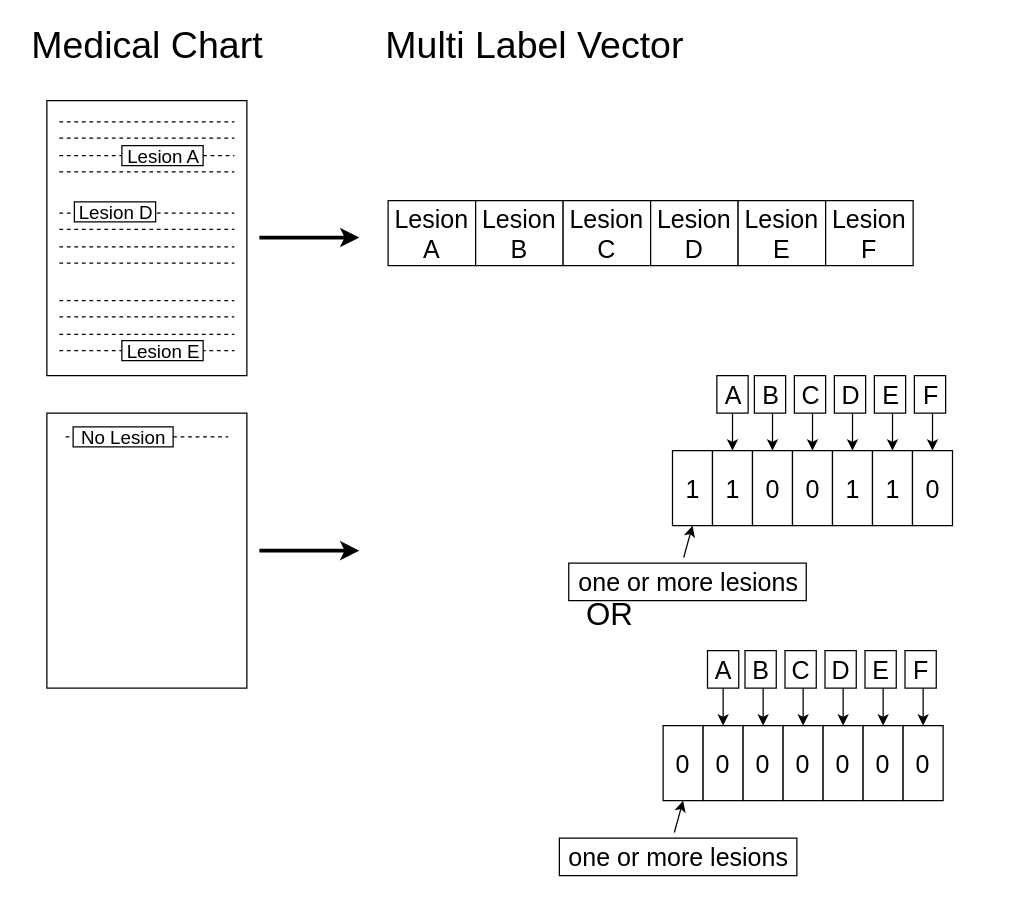
This is paper/ieice/draw.io/ieice1.drawio from shinn1r0/endoscopic_images2karte, a draw.io file, before an edit. Source tidied: cells renumbered, new cells numbered last; positions are measured from the earlier drawing's top-left corner, leaving out a move shared by most shapes. Both pictures are drawn from the tidied source at 125%, with x=0, y=0 at pixel (21, 25).
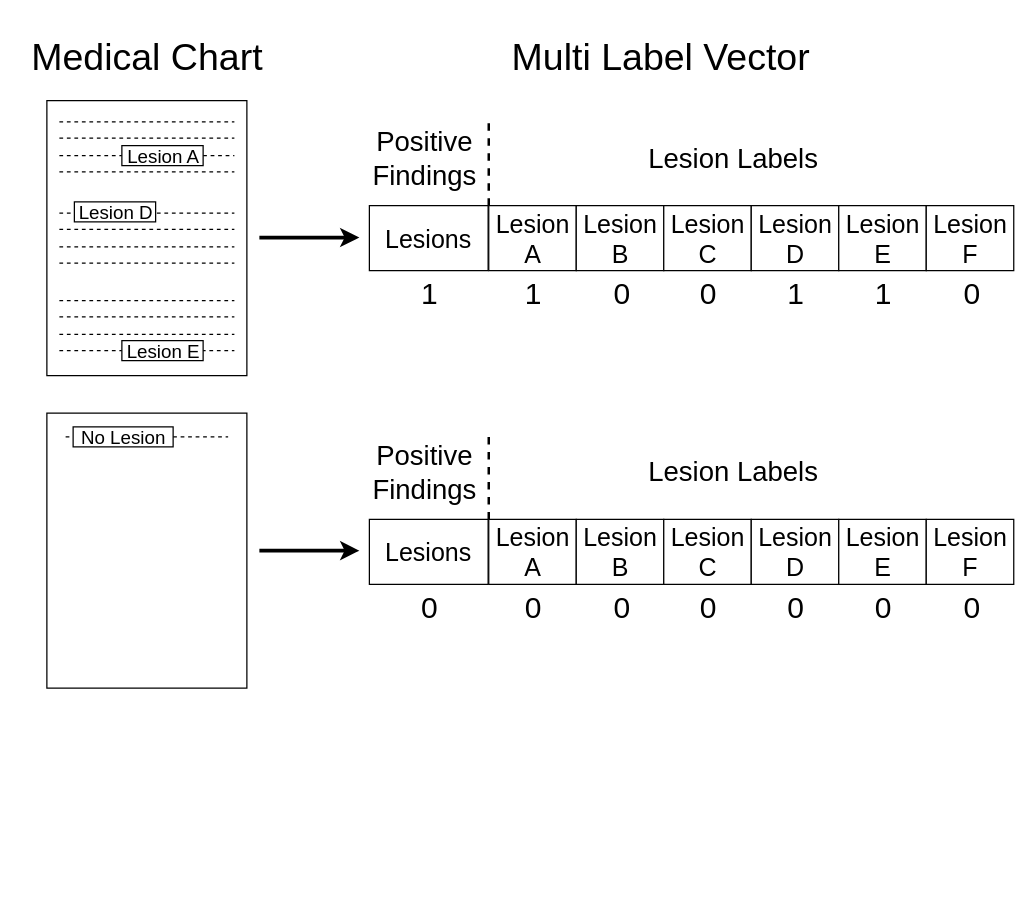
The same diagram, later.

What changed in the source:
```diff
@@
     <mxCell id="2" value="&lt;font style=&quot;font-size: 30px&quot;&gt;Medical Chart&lt;/font&gt;" style="text;html=1;align=center;verticalAlign=middle;" parent="1" vertex="1">
-      <mxGeometry width="200" height="30" as="geometry" />
+      <mxGeometry y="10" width="200" height="30" as="geometry" />
     </mxCell>
     <mxCell id="3" value="&lt;font style=&quot;font-size: 30px&quot;&gt;Multi Label Vector&lt;/font&gt;" style="text;html=1;align=center;verticalAlign=middle;" parent="1" vertex="1">
-      <mxGeometry x="285" width="250" height="30" as="geometry" />
+      <mxGeometry x="385.5" y="10" width="250" height="30" as="geometry" />
     </mxCell>
@@
-    <mxCell id="5" value="&lt;font style=&quot;font-size: 20px&quot;&gt;one or more lesions&lt;/font&gt;" style="text;html=1;align=center;verticalAlign=middle;points=[];strokeColor=#000000;" parent="1" vertex="1">
-      <mxGeometry x="437.5" y="430" width="190" height="30" as="geometry" />
-    </mxCell>
-    <mxCell id="6" value="&lt;font style=&quot;font-size: 20px&quot;&gt;1&lt;/font&gt;" style="rounded=0;whiteSpace=wrap;html=1;" parent="1" vertex="1">
-      <mxGeometry x="520.5" y="340" width="32" height="60" as="geometry" />
-    </mxCell>
-    <mxCell id="7" value="&lt;font style=&quot;font-size: 20px&quot;&gt;1&lt;/font&gt;" style="rounded=0;whiteSpace=wrap;html=1;" parent="1" vertex="1">
-      <mxGeometry x="552.5" y="340" width="32" height="60" as="geometry" />
-    </mxCell>
-    <mxCell id="8" value="&lt;font style=&quot;font-size: 20px&quot;&gt;0&lt;/font&gt;" style="rounded=0;whiteSpace=wrap;html=1;" parent="1" vertex="1">
-      <mxGeometry x="584.5" y="340" width="32" height="60" as="geometry" />
-    </mxCell>
-    <mxCell id="9" value="&lt;font style=&quot;font-size: 20px&quot;&gt;0&lt;/font&gt;" style="rounded=0;whiteSpace=wrap;html=1;" parent="1" vertex="1">
-      <mxGeometry x="616.5" y="340" width="32" height="60" as="geometry" />
-    </mxCell>
-    <mxCell id="10" value="&lt;font style=&quot;font-size: 20px&quot;&gt;1&lt;/font&gt;" style="rounded=0;whiteSpace=wrap;html=1;" parent="1" vertex="1">
-      <mxGeometry x="648.5" y="340" width="32" height="60" as="geometry" />
-    </mxCell>
-    <mxCell id="11" value="&lt;font style=&quot;font-size: 20px&quot;&gt;1&lt;/font&gt;" style="rounded=0;whiteSpace=wrap;html=1;" parent="1" vertex="1">
-      <mxGeometry x="680.5" y="340" width="32" height="60" as="geometry" />
-    </mxCell>
-    <mxCell id="12" value="&lt;font style=&quot;font-size: 20px&quot;&gt;0&lt;/font&gt;" style="rounded=0;whiteSpace=wrap;html=1;" parent="1" vertex="1">
-      <mxGeometry x="712.5" y="340" width="32" height="60" as="geometry" />
-    </mxCell>
-    <mxCell id="13" style="endArrow=classic;html=1;strokeWidth=1;exitX=0.484;exitY=-0.15;exitDx=0;exitDy=0;exitPerimeter=0;entryX=0.5;entryY=1;entryDx=0;entryDy=0;" parent="1" edge="1" source="5" target="6">
-      <mxGeometry relative="1" as="geometry" />
-    </mxCell>
-    <mxCell id="14" value="&lt;font style=&quot;font-size: 20px&quot;&gt;A&lt;/font&gt;" style="text;html=1;align=center;verticalAlign=middle;strokeColor=#000000;" parent="1" vertex="1">
-      <mxGeometry x="556" y="280" width="25" height="30" as="geometry" />
-    </mxCell>
-    <mxCell id="15" style="endArrow=classic;html=1;strokeWidth=1;" parent="1" edge="1">
-      <mxGeometry relative="1" as="geometry">
-        <mxPoint x="568.5" y="310" as="sourcePoint" />
-        <mxPoint x="568.5" y="340" as="targetPoint" />
-      </mxGeometry>
-    </mxCell>
-    <mxCell id="16" value="&lt;font style=&quot;font-size: 20px&quot;&gt;B&lt;/font&gt;" style="text;html=1;align=center;verticalAlign=middle;strokeColor=#000000;" parent="1" vertex="1">
-      <mxGeometry x="586" y="280" width="25" height="30" as="geometry" />
-    </mxCell>
-    <mxCell id="17" style="endArrow=classic;html=1;strokeWidth=1;" parent="1" edge="1">
-      <mxGeometry relative="1" as="geometry">
-        <mxPoint x="600.5" y="310" as="sourcePoint" />
-        <mxPoint x="600.5" y="340" as="targetPoint" />
-      </mxGeometry>
-    </mxCell>
-    <mxCell id="18" value="&lt;font style=&quot;font-size: 20px&quot;&gt;C&lt;/font&gt;" style="text;html=1;align=center;verticalAlign=middle;strokeColor=#000000;" parent="1" vertex="1">
-      <mxGeometry x="618" y="280" width="25" height="30" as="geometry" />
-    </mxCell>
-    <mxCell id="19" style="endArrow=classic;html=1;strokeWidth=1;" parent="1" edge="1">
-      <mxGeometry relative="1" as="geometry">
-        <mxPoint x="632.5" y="310" as="sourcePoint" />
-        <mxPoint x="632.5" y="340" as="targetPoint" />
-      </mxGeometry>
-    </mxCell>
-    <mxCell id="20" value="&lt;font style=&quot;font-size: 20px&quot;&gt;D&lt;/font&gt;" style="text;html=1;align=center;verticalAlign=middle;strokeColor=#000000;" parent="1" vertex="1">
-      <mxGeometry x="650" y="280" width="25" height="30" as="geometry" />
-    </mxCell>
-    <mxCell id="21" style="endArrow=classic;html=1;strokeWidth=1;" parent="1" edge="1">
-      <mxGeometry relative="1" as="geometry">
-        <mxPoint x="664.5" y="310" as="sourcePoint" />
-        <mxPoint x="664.5" y="340" as="targetPoint" />
-      </mxGeometry>
-    </mxCell>
-    <mxCell id="22" value="&lt;font style=&quot;font-size: 20px&quot;&gt;E&lt;/font&gt;" style="text;html=1;align=center;verticalAlign=middle;strokeColor=#000000;" parent="1" vertex="1">
-      <mxGeometry x="682" y="280" width="25" height="30" as="geometry" />
-    </mxCell>
-    <mxCell id="23" style="endArrow=classic;html=1;strokeWidth=1;" parent="1" edge="1">
-      <mxGeometry relative="1" as="geometry">
-        <mxPoint x="696.5" y="310" as="sourcePoint" />
-        <mxPoint x="696.5" y="340" as="targetPoint" />
-      </mxGeometry>
-    </mxCell>
-    <mxCell id="24" value="&lt;font style=&quot;font-size: 20px&quot;&gt;F&lt;/font&gt;" style="text;html=1;align=center;verticalAlign=middle;strokeColor=#000000;" parent="1" vertex="1">
-      <mxGeometry x="714" y="280" width="25" height="30" as="geometry" />
-    </mxCell>
-    <mxCell id="25" style="endArrow=classic;html=1;strokeWidth=1;" parent="1" edge="1">
-      <mxGeometry relative="1" as="geometry">
-        <mxPoint x="728.5" y="310" as="sourcePoint" />
-        <mxPoint x="728.5" y="340" as="targetPoint" />
-      </mxGeometry>
-    </mxCell>
-    <mxCell id="26" value="&lt;font style=&quot;font-size: 25px&quot;&gt;OR&lt;/font&gt;" style="text;html=1;align=center;verticalAlign=middle;" parent="1" vertex="1">
-      <mxGeometry x="445" y="460" width="50" height="20" as="geometry" />
-    </mxCell>
@@
-    <mxCell id="28" value="&lt;font style=&quot;font-size: 20px&quot;&gt;one or more lesions&lt;/font&gt;" style="text;html=1;align=center;verticalAlign=middle;points=[];strokeColor=#000000;" parent="1" vertex="1">
-      <mxGeometry x="430" y="650" width="190" height="30" as="geometry" />
-    </mxCell>
-    <mxCell id="29" value="&lt;font style=&quot;font-size: 20px&quot;&gt;0&lt;/font&gt;" style="rounded=0;whiteSpace=wrap;html=1;" parent="1" vertex="1">
-      <mxGeometry x="513" y="560" width="32" height="60" as="geometry" />
-    </mxCell>
-    <mxCell id="30" value="&lt;font style=&quot;font-size: 20px&quot;&gt;0&lt;/font&gt;" style="rounded=0;whiteSpace=wrap;html=1;" parent="1" vertex="1">
-      <mxGeometry x="545" y="560" width="32" height="60" as="geometry" />
-    </mxCell>
-    <mxCell id="31" value="&lt;font style=&quot;font-size: 20px&quot;&gt;0&lt;/font&gt;" style="rounded=0;whiteSpace=wrap;html=1;" parent="1" vertex="1">
-      <mxGeometry x="577" y="560" width="32" height="60" as="geometry" />
-    </mxCell>
-    <mxCell id="32" value="&lt;font style=&quot;font-size: 20px&quot;&gt;0&lt;/font&gt;" style="rounded=0;whiteSpace=wrap;html=1;" parent="1" vertex="1">
-      <mxGeometry x="609" y="560" width="32" height="60" as="geometry" />
-    </mxCell>
-    <mxCell id="33" value="&lt;font style=&quot;font-size: 20px&quot;&gt;0&lt;/font&gt;" style="rounded=0;whiteSpace=wrap;html=1;" parent="1" vertex="1">
-      <mxGeometry x="641" y="560" width="32" height="60" as="geometry" />
-    </mxCell>
-    <mxCell id="34" value="&lt;font style=&quot;font-size: 20px&quot;&gt;0&lt;/font&gt;" style="rounded=0;whiteSpace=wrap;html=1;" parent="1" vertex="1">
-      <mxGeometry x="673" y="560" width="32" height="60" as="geometry" />
-    </mxCell>
-    <mxCell id="35" value="&lt;font style=&quot;font-size: 20px&quot;&gt;0&lt;/font&gt;" style="rounded=0;whiteSpace=wrap;html=1;" parent="1" vertex="1">
-      <mxGeometry x="705" y="560" width="32" height="60" as="geometry" />
-    </mxCell>
-    <mxCell id="36" style="endArrow=classic;html=1;strokeWidth=1;exitX=0.484;exitY=-0.15;exitDx=0;exitDy=0;exitPerimeter=0;entryX=0.5;entryY=1;entryDx=0;entryDy=0;" parent="1" edge="1" source="28" target="29">
-      <mxGeometry relative="1" as="geometry" />
-    </mxCell>
-    <mxCell id="37" value="&lt;font style=&quot;font-size: 20px&quot;&gt;A&lt;/font&gt;" style="text;html=1;align=center;verticalAlign=middle;strokeColor=#000000;" parent="1" vertex="1">
-      <mxGeometry x="548.5" y="500" width="25" height="30" as="geometry" />
-    </mxCell>
-    <mxCell id="38" style="endArrow=classic;html=1;strokeWidth=1;" parent="1" edge="1">
-      <mxGeometry relative="1" as="geometry">
-        <mxPoint x="561" y="530" as="sourcePoint" />
-        <mxPoint x="561" y="560" as="targetPoint" />
-      </mxGeometry>
-    </mxCell>
-    <mxCell id="39" value="&lt;font style=&quot;font-size: 20px&quot;&gt;B&lt;/font&gt;" style="text;html=1;align=center;verticalAlign=middle;strokeColor=#000000;" parent="1" vertex="1">
-      <mxGeometry x="578.5" y="500" width="25" height="30" as="geometry" />
-    </mxCell>
-    <mxCell id="40" style="endArrow=classic;html=1;strokeWidth=1;" parent="1" edge="1">
-      <mxGeometry relative="1" as="geometry">
-        <mxPoint x="593" y="530" as="sourcePoint" />
-        <mxPoint x="593" y="560" as="targetPoint" />
-      </mxGeometry>
-    </mxCell>
-    <mxCell id="41" value="&lt;font style=&quot;font-size: 20px&quot;&gt;C&lt;/font&gt;" style="text;html=1;align=center;verticalAlign=middle;strokeColor=#000000;" parent="1" vertex="1">
-      <mxGeometry x="610.5" y="500" width="25" height="30" as="geometry" />
-    </mxCell>
-    <mxCell id="42" style="endArrow=classic;html=1;strokeWidth=1;" parent="1" edge="1">
-      <mxGeometry relative="1" as="geometry">
-        <mxPoint x="625" y="530" as="sourcePoint" />
-        <mxPoint x="625" y="560" as="targetPoint" />
-      </mxGeometry>
-    </mxCell>
-    <mxCell id="43" value="&lt;font style=&quot;font-size: 20px&quot;&gt;D&lt;/font&gt;" style="text;html=1;align=center;verticalAlign=middle;strokeColor=#000000;" parent="1" vertex="1">
-      <mxGeometry x="642.5" y="500" width="25" height="30" as="geometry" />
-    </mxCell>
-    <mxCell id="44" style="endArrow=classic;html=1;strokeWidth=1;" parent="1" edge="1">
-      <mxGeometry relative="1" as="geometry">
-        <mxPoint x="657" y="530" as="sourcePoint" />
-        <mxPoint x="657" y="560" as="targetPoint" />
-      </mxGeometry>
-    </mxCell>
-    <mxCell id="45" value="&lt;font style=&quot;font-size: 20px&quot;&gt;E&lt;/font&gt;" style="text;html=1;align=center;verticalAlign=middle;strokeColor=#000000;" parent="1" vertex="1">
-      <mxGeometry x="674.5" y="500" width="25" height="30" as="geometry" />
-    </mxCell>
-    <mxCell id="46" style="endArrow=classic;html=1;strokeWidth=1;" parent="1" edge="1">
-      <mxGeometry relative="1" as="geometry">
-        <mxPoint x="689" y="530" as="sourcePoint" />
-        <mxPoint x="689" y="560" as="targetPoint" />
-      </mxGeometry>
-    </mxCell>
-    <mxCell id="47" value="&lt;font style=&quot;font-size: 20px&quot;&gt;F&lt;/font&gt;" style="text;html=1;align=center;verticalAlign=middle;strokeColor=#000000;" parent="1" vertex="1">
-      <mxGeometry x="706.5" y="500" width="25" height="30" as="geometry" />
-    </mxCell>
-    <mxCell id="48" style="endArrow=classic;html=1;strokeWidth=1;" parent="1" edge="1">
-      <mxGeometry relative="1" as="geometry">
-        <mxPoint x="721" y="530" as="sourcePoint" />
-        <mxPoint x="721" y="560" as="targetPoint" />
-      </mxGeometry>
-    </mxCell>
@@
     <mxCell id="70" value="&lt;font style=&quot;font-size: 20px&quot;&gt;Lesion&lt;br&gt;A&lt;/font&gt;" style="rounded=0;whiteSpace=wrap;html=1;strokeColor=#000000;fillColor=#ffffff;" parent="1" vertex="1">
-      <mxGeometry x="293" y="140" width="70" height="52" as="geometry" />
+      <mxGeometry x="373.5" y="144" width="70" height="52" as="geometry" />
     </mxCell>
     <mxCell id="71" value="&lt;font style=&quot;font-size: 20px&quot;&gt;Lesion&lt;br&gt;B&lt;br&gt;&lt;/font&gt;" style="rounded=0;whiteSpace=wrap;html=1;strokeColor=#000000;fillColor=#ffffff;" parent="1" vertex="1">
-      <mxGeometry x="363" y="140" width="70" height="52" as="geometry" />
+      <mxGeometry x="443.5" y="144" width="70" height="52" as="geometry" />
     </mxCell>
     <mxCell id="72" value="&lt;font style=&quot;font-size: 20px&quot;&gt;Lesion&lt;br&gt;C&lt;br&gt;&lt;/font&gt;" style="rounded=0;whiteSpace=wrap;html=1;strokeColor=#000000;fillColor=#ffffff;" parent="1" vertex="1">
-      <mxGeometry x="433" y="140" width="70" height="52" as="geometry" />
+      <mxGeometry x="513.5" y="144" width="70" height="52" as="geometry" />
     </mxCell>
     <mxCell id="73" value="&lt;font style=&quot;font-size: 20px&quot;&gt;Lesion&lt;br&gt;D&lt;br&gt;&lt;/font&gt;" style="rounded=0;whiteSpace=wrap;html=1;strokeColor=#000000;fillColor=#ffffff;" parent="1" vertex="1">
-      <mxGeometry x="503" y="140" width="70" height="52" as="geometry" />
+      <mxGeometry x="583.5" y="144" width="70" height="52" as="geometry" />
     </mxCell>
     <mxCell id="74" value="&lt;font style=&quot;font-size: 20px&quot;&gt;Lesion&lt;br&gt;E&lt;br&gt;&lt;/font&gt;" style="rounded=0;whiteSpace=wrap;html=1;strokeColor=#000000;fillColor=#ffffff;" parent="1" vertex="1">
-      <mxGeometry x="573" y="140" width="70" height="52" as="geometry" />
+      <mxGeometry x="653.5" y="144" width="70" height="52" as="geometry" />
     </mxCell>
     <mxCell id="75" value="&lt;font style=&quot;font-size: 20px&quot;&gt;Lesion&lt;br&gt;F&lt;br&gt;&lt;/font&gt;" style="rounded=0;whiteSpace=wrap;html=1;strokeColor=#000000;fillColor=#ffffff;" parent="1" vertex="1">
-      <mxGeometry x="643" y="140" width="70" height="52" as="geometry" />
+      <mxGeometry x="723.5" y="144" width="70" height="52" as="geometry" />
     </mxCell>
+    <mxCell id="76" value="&lt;span style=&quot;font-size: 20px&quot;&gt;Lesions&lt;/span&gt;" style="rounded=0;whiteSpace=wrap;html=1;strokeColor=#000000;fillColor=#ffffff;" parent="1" vertex="1">
+      <mxGeometry x="278" y="144" width="95" height="52" as="geometry" />
+    </mxCell>
+    <mxCell id="77" style="endArrow=none;dashed=1;html=1;strokeWidth=2;" parent="1" edge="1">
+      <mxGeometry relative="1" as="geometry">
+        <mxPoint x="373.5" y="144" as="sourcePoint" />
+        <mxPoint x="373.5" y="74" as="targetPoint" />
+      </mxGeometry>
+    </mxCell>
+    <mxCell id="78" value="&lt;font style=&quot;font-size: 22px&quot;&gt;Positive&lt;br&gt;Findings&lt;/font&gt;" style="text;html=1;align=center;verticalAlign=middle;" parent="1" vertex="1">
+      <mxGeometry x="272" y="87" width="100" height="40" as="geometry" />
+    </mxCell>
+    <mxCell id="79" value="&lt;span style=&quot;font-size: 22px&quot;&gt;Lesion Labels&lt;/span&gt;" style="text;html=1;align=center;verticalAlign=middle;" parent="1" vertex="1">
+      <mxGeometry x="493.5" y="97" width="150" height="20" as="geometry" />
+    </mxCell>
+    <mxCell id="80" value="&lt;font style=&quot;font-size: 24px&quot;&gt;1&lt;/font&gt;" style="text;html=1;align=center;verticalAlign=middle;" parent="1" vertex="1">
+      <mxGeometry x="310.5" y="205" width="30" height="20" as="geometry" />
+    </mxCell>
+    <mxCell id="81" value="&lt;font style=&quot;font-size: 24px&quot;&gt;1&lt;/font&gt;" style="text;html=1;align=center;verticalAlign=middle;" parent="1" vertex="1">
+      <mxGeometry x="393.5" y="205" width="30" height="20" as="geometry" />
+    </mxCell>
+    <mxCell id="82" value="&lt;font style=&quot;font-size: 24px&quot;&gt;0&lt;/font&gt;" style="text;html=1;align=center;verticalAlign=middle;" parent="1" vertex="1">
+      <mxGeometry x="465" y="205" width="30" height="20" as="geometry" />
+    </mxCell>
+    <mxCell id="83" value="&lt;font style=&quot;font-size: 24px&quot;&gt;0&lt;/font&gt;" style="text;html=1;align=center;verticalAlign=middle;" parent="1" vertex="1">
+      <mxGeometry x="533.5" y="205" width="30" height="20" as="geometry" />
+    </mxCell>
+    <mxCell id="84" value="&lt;font style=&quot;font-size: 24px&quot;&gt;1&lt;/font&gt;" style="text;html=1;align=center;verticalAlign=middle;" parent="1" vertex="1">
+      <mxGeometry x="603.5" y="205" width="30" height="20" as="geometry" />
+    </mxCell>
+    <mxCell id="85" value="&lt;font style=&quot;font-size: 24px&quot;&gt;1&lt;/font&gt;" style="text;html=1;align=center;verticalAlign=middle;" parent="1" vertex="1">
+      <mxGeometry x="673.5" y="205" width="30" height="20" as="geometry" />
+    </mxCell>
+    <mxCell id="86" value="&lt;font style=&quot;font-size: 24px&quot;&gt;0&lt;/font&gt;" style="text;html=1;align=center;verticalAlign=middle;" parent="1" vertex="1">
+      <mxGeometry x="744.5" y="205" width="30" height="20" as="geometry" />
+    </mxCell>
+    <mxCell id="87" value="&lt;font style=&quot;font-size: 20px&quot;&gt;Lesion&lt;br&gt;A&lt;/font&gt;" style="rounded=0;whiteSpace=wrap;html=1;strokeColor=#000000;fillColor=#ffffff;" parent="1" vertex="1">
+      <mxGeometry x="373.5" y="395" width="70" height="52" as="geometry" />
+    </mxCell>
+    <mxCell id="88" value="&lt;font style=&quot;font-size: 20px&quot;&gt;Lesion&lt;br&gt;B&lt;br&gt;&lt;/font&gt;" style="rounded=0;whiteSpace=wrap;html=1;strokeColor=#000000;fillColor=#ffffff;" parent="1" vertex="1">
+      <mxGeometry x="443.5" y="395" width="70" height="52" as="geometry" />
+    </mxCell>
+    <mxCell id="89" value="&lt;font style=&quot;font-size: 20px&quot;&gt;Lesion&lt;br&gt;C&lt;br&gt;&lt;/font&gt;" style="rounded=0;whiteSpace=wrap;html=1;strokeColor=#000000;fillColor=#ffffff;" parent="1" vertex="1">
+      <mxGeometry x="513.5" y="395" width="70" height="52" as="geometry" />
+    </mxCell>
+    <mxCell id="90" value="&lt;font style=&quot;font-size: 20px&quot;&gt;Lesion&lt;br&gt;D&lt;br&gt;&lt;/font&gt;" style="rounded=0;whiteSpace=wrap;html=1;strokeColor=#000000;fillColor=#ffffff;" parent="1" vertex="1">
+      <mxGeometry x="583.5" y="395" width="70" height="52" as="geometry" />
+    </mxCell>
+    <mxCell id="91" value="&lt;font style=&quot;font-size: 20px&quot;&gt;Lesion&lt;br&gt;E&lt;br&gt;&lt;/font&gt;" style="rounded=0;whiteSpace=wrap;html=1;strokeColor=#000000;fillColor=#ffffff;" parent="1" vertex="1">
+      <mxGeometry x="653.5" y="395" width="70" height="52" as="geometry" />
+    </mxCell>
+    <mxCell id="92" value="&lt;font style=&quot;font-size: 20px&quot;&gt;Lesion&lt;br&gt;F&lt;br&gt;&lt;/font&gt;" style="rounded=0;whiteSpace=wrap;html=1;strokeColor=#000000;fillColor=#ffffff;" parent="1" vertex="1">
+      <mxGeometry x="723.5" y="395" width="70" height="52" as="geometry" />
+    </mxCell>
+    <mxCell id="93" value="&lt;span style=&quot;font-size: 20px&quot;&gt;Lesions&lt;/span&gt;" style="rounded=0;whiteSpace=wrap;html=1;strokeColor=#000000;fillColor=#ffffff;" parent="1" vertex="1">
+      <mxGeometry x="278" y="395" width="95" height="52" as="geometry" />
+    </mxCell>
+    <mxCell id="94" style="endArrow=none;dashed=1;html=1;strokeWidth=2;" parent="1" edge="1">
+      <mxGeometry relative="1" as="geometry">
+        <mxPoint x="373.5" y="395" as="sourcePoint" />
+        <mxPoint x="373.5" y="325" as="targetPoint" />
+      </mxGeometry>
+    </mxCell>
+    <mxCell id="95" value="&lt;font style=&quot;font-size: 22px&quot;&gt;Positive&lt;br&gt;Findings&lt;/font&gt;" style="text;html=1;align=center;verticalAlign=middle;" parent="1" vertex="1">
+      <mxGeometry x="272" y="338" width="100" height="40" as="geometry" />
+    </mxCell>
+    <mxCell id="96" value="&lt;span style=&quot;font-size: 22px&quot;&gt;Lesion Labels&lt;/span&gt;" style="text;html=1;align=center;verticalAlign=middle;" parent="1" vertex="1">
+      <mxGeometry x="493.5" y="348" width="150" height="20" as="geometry" />
+    </mxCell>
+    <mxCell id="97" value="&lt;font style=&quot;font-size: 24px&quot;&gt;0&lt;/font&gt;" style="text;html=1;align=center;verticalAlign=middle;" parent="1" vertex="1">
+      <mxGeometry x="310.5" y="456" width="30" height="20" as="geometry" />
+    </mxCell>
+    <mxCell id="98" value="&lt;font style=&quot;font-size: 24px&quot;&gt;0&lt;/font&gt;" style="text;html=1;align=center;verticalAlign=middle;" parent="1" vertex="1">
+      <mxGeometry x="393.5" y="456" width="30" height="20" as="geometry" />
+    </mxCell>
+    <mxCell id="99" value="&lt;font style=&quot;font-size: 24px&quot;&gt;0&lt;/font&gt;" style="text;html=1;align=center;verticalAlign=middle;" parent="1" vertex="1">
+      <mxGeometry x="465" y="456" width="30" height="20" as="geometry" />
+    </mxCell>
+    <mxCell id="100" value="&lt;font style=&quot;font-size: 24px&quot;&gt;0&lt;/font&gt;" style="text;html=1;align=center;verticalAlign=middle;" parent="1" vertex="1">
+      <mxGeometry x="533.5" y="456" width="30" height="20" as="geometry" />
+    </mxCell>
+    <mxCell id="101" value="&lt;font style=&quot;font-size: 24px&quot;&gt;0&lt;/font&gt;" style="text;html=1;align=center;verticalAlign=middle;" parent="1" vertex="1">
+      <mxGeometry x="603.5" y="456" width="30" height="20" as="geometry" />
+    </mxCell>
+    <mxCell id="102" value="&lt;font style=&quot;font-size: 24px&quot;&gt;0&lt;/font&gt;" style="text;html=1;align=center;verticalAlign=middle;" parent="1" vertex="1">
+      <mxGeometry x="673.5" y="456" width="30" height="20" as="geometry" />
+    </mxCell>
+    <mxCell id="103" value="&lt;font style=&quot;font-size: 24px&quot;&gt;0&lt;/font&gt;" style="text;html=1;align=center;verticalAlign=middle;" parent="1" vertex="1">
+      <mxGeometry x="744.5" y="456" width="30" height="20" as="geometry" />
+    </mxCell>
```
